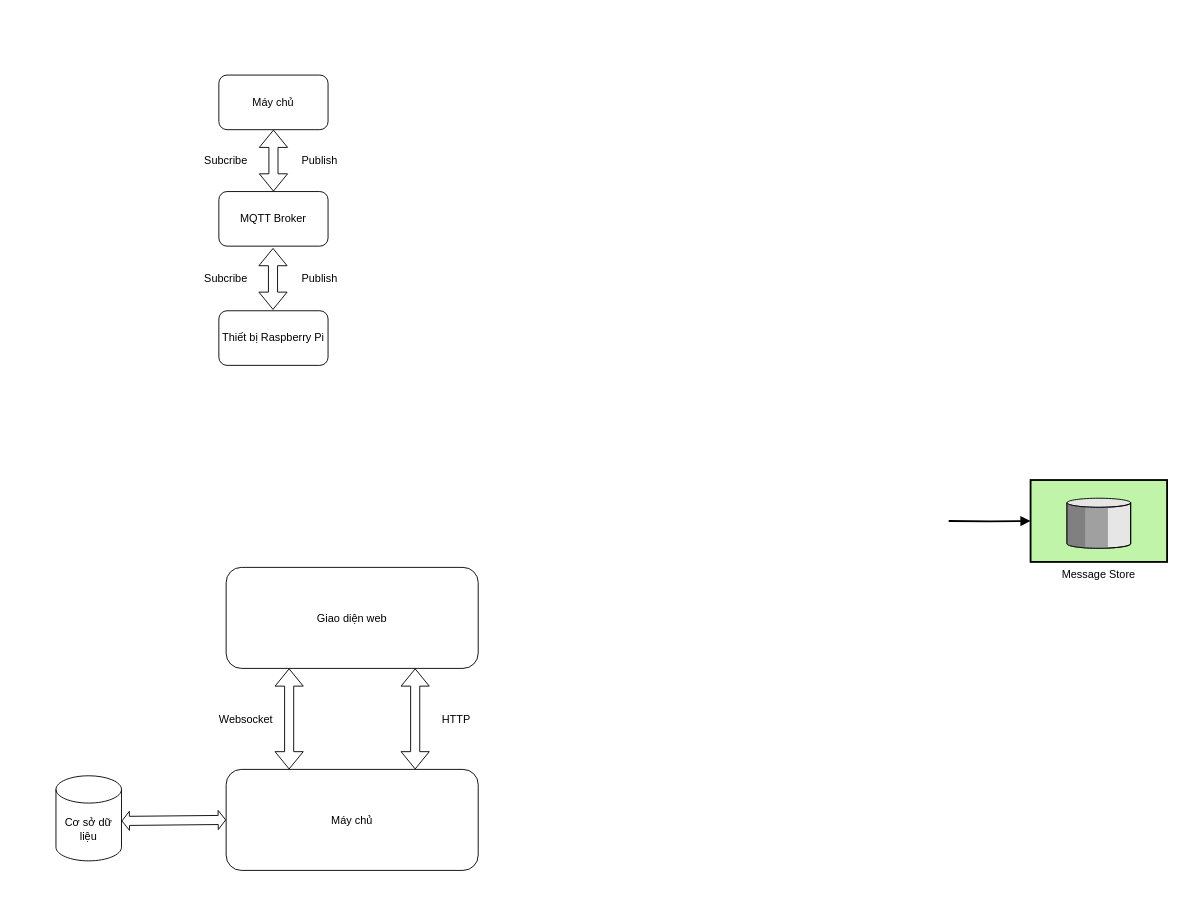
Before: Biểu đồ không có tiêu đề.drawio in diemzero1/drawio, a draw.io diagram. Source tidied: cells renumbered, new cells numbered last; positions are measured from the earlier drawing's top-left corner, leaving out a move shared by most shapes. Both pictures are drawn from the tidied source at 91%, with x=0, y=0 at pixel (56, 75).
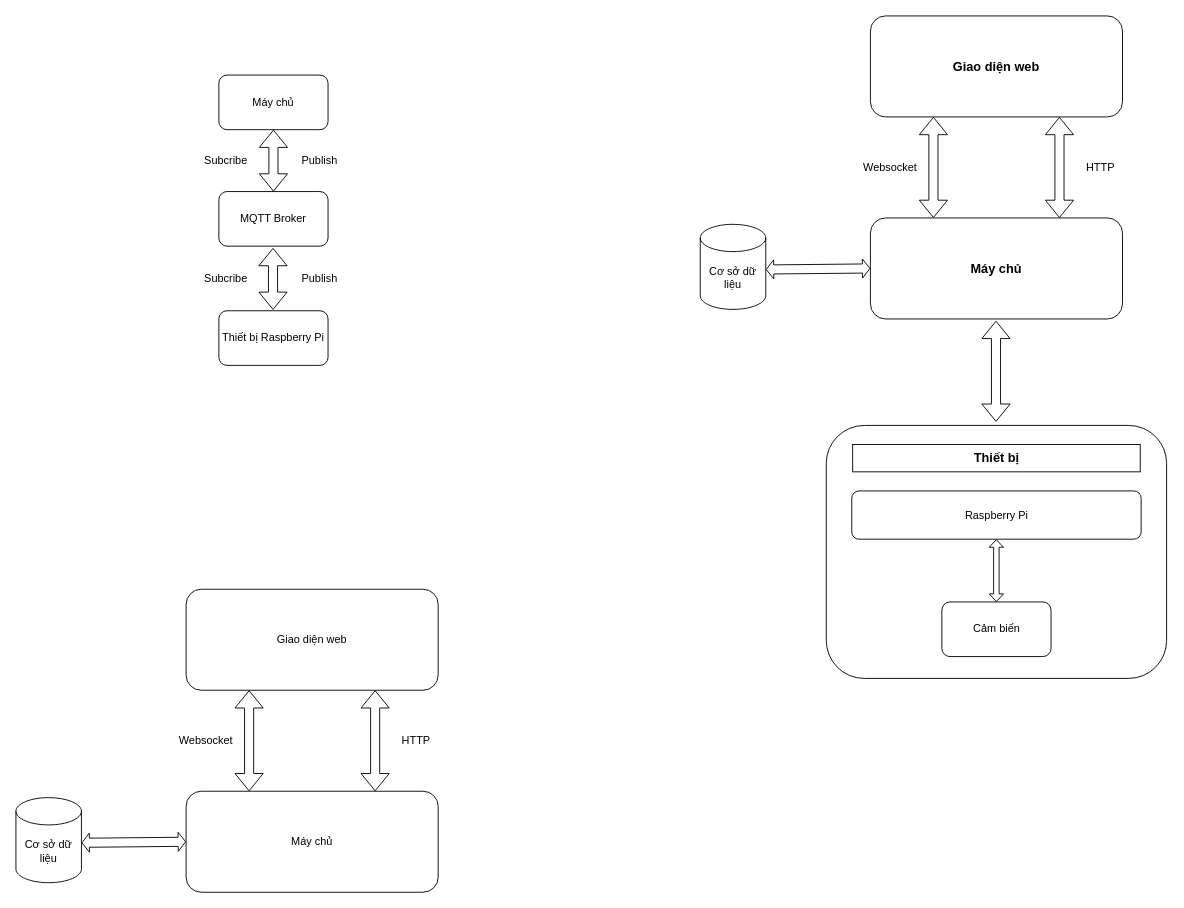
The same diagram, later.

Commit message:
Cập nhật Biểu đồ không có tiđề.drawio

What changed in the source:
```diff
@@
-    <mxCell id="2" style="edgeStyle=orthogonalEdgeStyle;rounded=0;html=1;endArrow=block;endFill=1;jettySize=auto;strokeWidth=2;startArrow=none;startFill=0;" parent="1" edge="1" target="3">
-      <mxGeometry relative="1" as="geometry">
-        <mxPoint x="981" y="490" as="sourcePoint" />
-      </mxGeometry>
-    </mxCell>
-    <mxCell id="3" value="Message Store" style="strokeWidth=2;dashed=0;align=center;fontSize=12;verticalLabelPosition=bottom;verticalAlign=top;shape=mxgraph.eip.message_store;fillColor=#c0f5a9;" parent="1" vertex="1">
-      <mxGeometry x="1071" y="445" width="150" height="90" as="geometry" />
-    </mxCell>
@@
     <mxCell id="13" value="Giao diện web" style="rounded=1;whiteSpace=wrap;html=1;" parent="1" vertex="1">
-      <mxGeometry x="187" y="541" width="277" height="111" as="geometry" />
+      <mxGeometry x="143" y="565" width="277" height="111" as="geometry" />
     </mxCell>
     <mxCell id="14" value="Máy chủ" style="rounded=1;whiteSpace=wrap;html=1;" parent="1" vertex="1">
-      <mxGeometry x="187" y="763" width="277" height="111" as="geometry" />
+      <mxGeometry x="143" y="787" width="277" height="111" as="geometry" />
     </mxCell>
@@
     <mxCell id="17" value="HTTP" style="text;html=1;align=center;verticalAlign=middle;whiteSpace=wrap;rounded=0;" parent="1" vertex="1">
-      <mxGeometry x="410" y="693" width="60" height="30" as="geometry" />
+      <mxGeometry x="366" y="717" width="60" height="30" as="geometry" />
     </mxCell>
     <mxCell id="18" value="Websocket" style="text;html=1;align=center;verticalAlign=middle;whiteSpace=wrap;rounded=0;" parent="1" vertex="1">
-      <mxGeometry x="179" y="693" width="60" height="30" as="geometry" />
+      <mxGeometry x="135" y="717" width="60" height="30" as="geometry" />
     </mxCell>
     <mxCell id="19" value="&lt;div style=&quot;&quot;&gt;&lt;span style=&quot;background-color: initial;&quot;&gt;Cơ sở dữ liệu&lt;/span&gt;&lt;/div&gt;" style="shape=cylinder3;whiteSpace=wrap;html=1;boundedLbl=1;backgroundOutline=1;size=15;align=center;" parent="1" vertex="1">
-      <mxGeometry y="770" width="72" height="93.5" as="geometry" />
+      <mxGeometry x="-44" y="794" width="72" height="93.5" as="geometry" />
     </mxCell>
@@
+    <mxCell id="21" value="&lt;font style=&quot;font-size: 14px;&quot;&gt;&lt;b&gt;Giao diện web&lt;/b&gt;&lt;/font&gt;" style="rounded=1;whiteSpace=wrap;html=1;" parent="1" vertex="1">
+      <mxGeometry x="895" y="-65" width="277" height="111" as="geometry" />
+    </mxCell>
+    <mxCell id="22" value="&lt;b&gt;&lt;font style=&quot;font-size: 14px;&quot;&gt;Máy chủ&lt;/font&gt;&lt;/b&gt;" style="rounded=1;whiteSpace=wrap;html=1;" parent="1" vertex="1">
+      <mxGeometry x="895" y="157" width="277" height="111" as="geometry" />
+    </mxCell>
+    <mxCell id="23" style="shape=flexArrow;endArrow=classic;startArrow=classic;html=1;rounded=0;entryX=0.25;entryY=1;entryDx=0;entryDy=0;exitX=0.25;exitY=0;exitDx=0;exitDy=0;" parent="1" edge="1" source="22" target="21">
+      <mxGeometry relative="1" as="geometry" />
+    </mxCell>
+    <mxCell id="24" style="shape=flexArrow;endArrow=classic;startArrow=classic;html=1;rounded=0;exitX=0.75;exitY=0;exitDx=0;exitDy=0;entryX=0.75;entryY=1;entryDx=0;entryDy=0;" parent="1" edge="1" source="22" target="21">
+      <mxGeometry relative="1" as="geometry" />
+    </mxCell>
+    <mxCell id="25" value="HTTP" style="text;html=1;align=center;verticalAlign=middle;whiteSpace=wrap;rounded=0;" parent="1" vertex="1">
+      <mxGeometry x="1118" y="87" width="60" height="30" as="geometry" />
+    </mxCell>
+    <mxCell id="26" value="Websocket" style="text;html=1;align=center;verticalAlign=middle;whiteSpace=wrap;rounded=0;" parent="1" vertex="1">
+      <mxGeometry x="887" y="87" width="60" height="30" as="geometry" />
+    </mxCell>
+    <mxCell id="27" value="&lt;div style=&quot;&quot;&gt;&lt;span style=&quot;background-color: initial;&quot;&gt;Cơ sở dữ liệu&lt;/span&gt;&lt;/div&gt;" style="shape=cylinder3;whiteSpace=wrap;html=1;boundedLbl=1;backgroundOutline=1;size=15;align=center;" parent="1" vertex="1">
+      <mxGeometry x="708" y="164" width="72" height="93.5" as="geometry" />
+    </mxCell>
+    <mxCell id="28" style="shape=flexArrow;endArrow=classic;startArrow=classic;html=1;rounded=0;entryX=0;entryY=0.5;entryDx=0;entryDy=0;exitX=1;exitY=0.531;exitDx=0;exitDy=0;exitPerimeter=0;startWidth=10;startSize=2.41;endWidth=10;endSize=2.41;" parent="1" edge="1" source="27" target="22">
+      <mxGeometry relative="1" as="geometry" />
+    </mxCell>
+    <mxCell id="29" style="rounded=1;whiteSpace=wrap;html=1;" parent="1" vertex="1">
+      <mxGeometry x="846.5" y="385" width="374" height="278" as="geometry" />
+    </mxCell>
+    <mxCell id="30" style="shape=flexArrow;endArrow=classic;startArrow=classic;html=1;rounded=0;entryX=0.25;entryY=1;entryDx=0;entryDy=0;exitX=0.25;exitY=0;exitDx=0;exitDy=0;" parent="1" edge="1">
+      <mxGeometry relative="1" as="geometry">
+        <mxPoint x="1033" y="381" as="sourcePoint" />
+        <mxPoint x="1033" y="270" as="targetPoint" />
+      </mxGeometry>
+    </mxCell>
+    <mxCell id="31" value="&lt;b&gt;&lt;font style=&quot;font-size: 14px;&quot;&gt;Thiết bị&lt;/font&gt;&lt;/b&gt;" style="rounded=0;whiteSpace=wrap;html=1;" parent="1" vertex="1">
+      <mxGeometry x="875.5" y="406" width="316" height="30" as="geometry" />
+    </mxCell>
+    <mxCell id="32" value="Raspberry Pi" style="rounded=1;whiteSpace=wrap;html=1;" parent="1" vertex="1">
+      <mxGeometry x="874.5" y="457" width="318" height="53" as="geometry" />
+    </mxCell>
+    <mxCell id="33" style="shape=flexArrow;endArrow=classic;startArrow=classic;html=1;rounded=0;entryX=0.5;entryY=0;entryDx=0;entryDy=0;exitX=0.5;exitY=1;exitDx=0;exitDy=0;endWidth=8.735632183908047;endSize=2.466666666666667;startWidth=8.735632183908047;startSize=2.466666666666667;width=5.977011494252874;" parent="1" edge="1">
+      <mxGeometry relative="1" as="geometry">
+        <mxPoint x="1033.4" y="510" as="sourcePoint" />
+        <mxPoint x="1033.4" y="579" as="targetPoint" />
+      </mxGeometry>
+    </mxCell>
+    <mxCell id="34" value="Cảm biến" style="rounded=1;whiteSpace=wrap;html=1;" parent="1" vertex="1">
+      <mxGeometry x="973.5" y="579" width="120" height="60" as="geometry" />
+    </mxCell>
```
